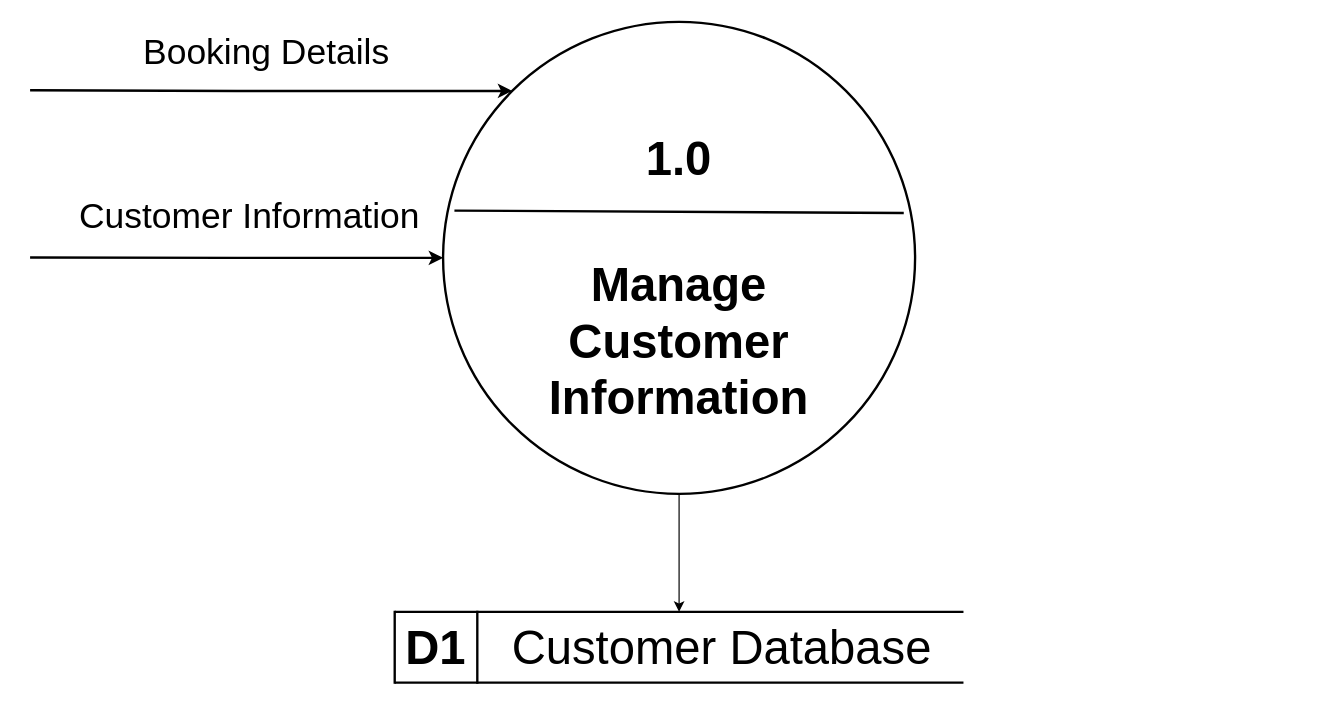
Above: CC13/ExplosionOFPRocess1.0.drawio in doyaoencab/draw.io (draw.io), before the change. Source tidied: cells renumbered, new cells numbered last; positions are measured from the earlier drawing's top-left corner, leaving out a move shared by most shapes. Both pictures are drawn from the tidied source at 118%, with x=0, y=0 at pixel (30, 21).
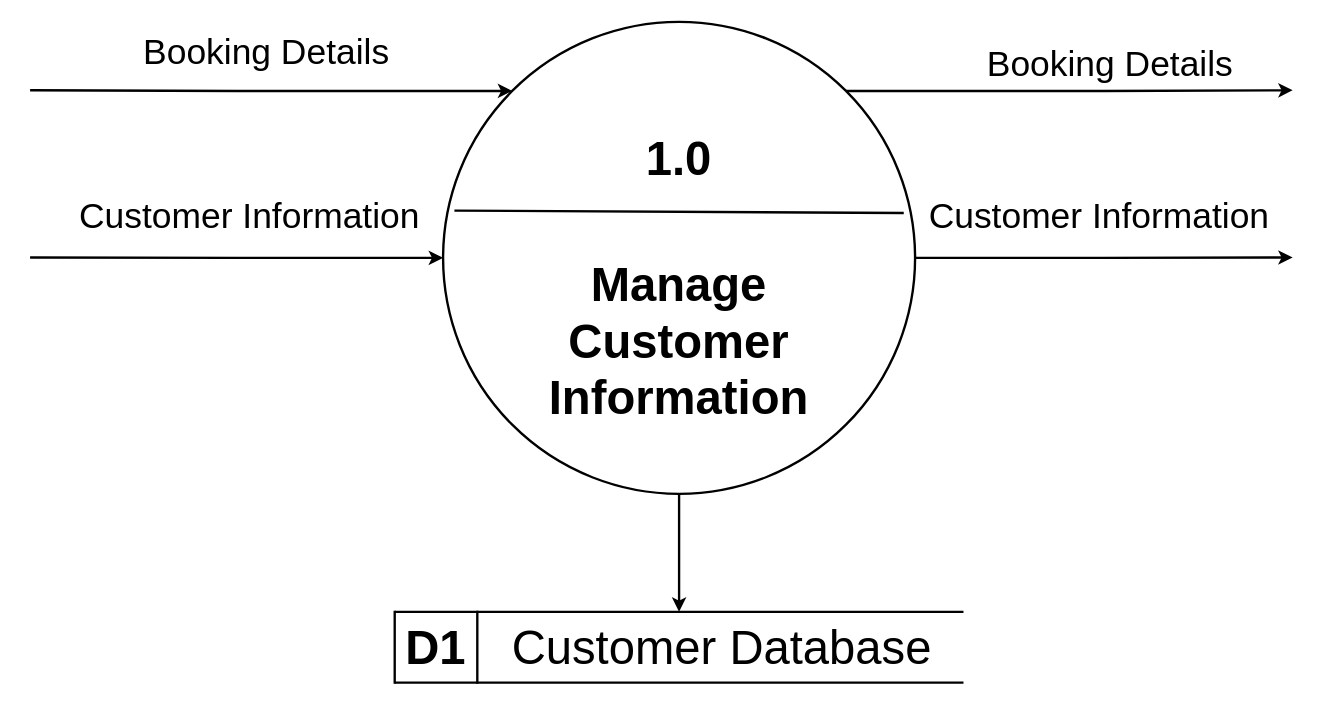
The same page after the edit.

The change refers to these unchanged cells:
```xml
<mxCell id="5" style="ellipse;whiteSpace=wrap;html=1;strokeWidth=2;" parent="1" vertex="1">
  <mxGeometry x="350" width="400" height="400" as="geometry" />
</mxCell>
<mxCell id="12" style="shape=partialRectangle;whiteSpace=wrap;html=1;top=0;bottom=0;fillColor=none;rotation=90;fontStyle=1;strokeWidth=2;" parent="1" vertex="1">
  <mxGeometry x="520" y="290" width="60" height="480" as="geometry" />
</mxCell>
```

What changed in the source:
```diff
@@
-    <mxCell id="4" style="edgeStyle=orthogonalEdgeStyle;rounded=0;jettySize=auto;html=1;entryX=0;entryY=0.5;entryDx=0;entryDy=0;" parent="1" edge="1" source="5" target="12">
+    <mxCell id="4" style="edgeStyle=orthogonalEdgeStyle;rounded=0;jettySize=auto;html=1;entryX=0;entryY=0.5;entryDx=0;entryDy=0;strokeWidth=2;" parent="1" edge="1" source="5" target="12">
       <mxGeometry relative="1" as="geometry" />
     </mxCell>
+    <mxCell id="14" style="edgeStyle=orthogonalEdgeStyle;rounded=0;jettySize=auto;html=1;exitX=1;exitY=0;exitDx=0;exitDy=0;strokeWidth=2;" parent="1" edge="1" source="5">
+      <mxGeometry relative="1" as="geometry">
+        <mxPoint x="1070" y="58" as="targetPoint" />
+      </mxGeometry>
+    </mxCell>
+    <mxCell id="15" style="edgeStyle=orthogonalEdgeStyle;rounded=0;jettySize=auto;html=1;exitX=1;exitY=0.5;exitDx=0;exitDy=0;strokeWidth=2;" parent="1" edge="1" source="5">
+      <mxGeometry relative="1" as="geometry">
+        <mxPoint x="1070" y="199.7" as="targetPoint" />
+      </mxGeometry>
+    </mxCell>
@@
+    <mxCell id="16" value="&lt;font style=&quot;font-size: 30px;&quot;&gt;Booking Details&lt;/font&gt;" style="text;html=1;align=center;verticalAlign=middle;strokeColor=none;fillColor=none;" parent="1" vertex="1">
+      <mxGeometry x="800" y="10" width="230" height="50" as="geometry" />
+    </mxCell>
+    <mxCell id="17" value="&lt;span style=&quot;color: rgb(0, 0, 0); font-family: Helvetica; font-style: normal; font-variant-ligatures: normal; font-variant-caps: normal; font-weight: 400; letter-spacing: normal; orphans: 2; text-align: center; text-indent: 0px; text-transform: none; widows: 2; word-spacing: 0px; -webkit-text-stroke-width: 0px; white-space: nowrap; background-color: rgb(255, 255, 255); text-decoration-thickness: initial; text-decoration-style: initial; text-decoration-color: initial; float: none; display: inline !important;&quot;&gt;&lt;font style=&quot;font-size: 30px;&quot;&gt;Customer Information&lt;/font&gt;&lt;/span&gt;" style="text;whiteSpace=wrap;html=1;" parent="1" vertex="1">
+      <mxGeometry x="760" y="140" width="300" height="50" as="geometry" />
+    </mxCell>
```
